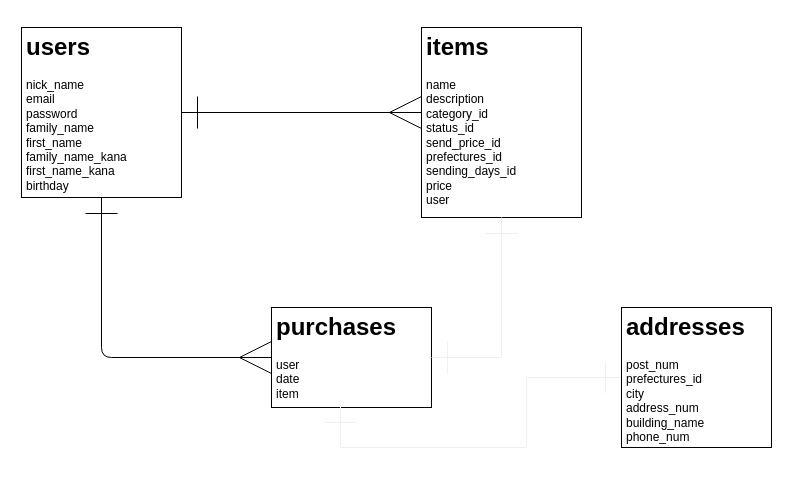
Above: db.drawio in 97ishikawa9/furima-31101 (draw.io), before the change. Source tidied: cells renumbered, new cells numbered last; positions are measured from the earlier drawing's top-left corner, leaving out a move shared by most shapes. Both pictures are drawn from the tidied source at 100%, with x=0, y=0 at pixel (21, 27).
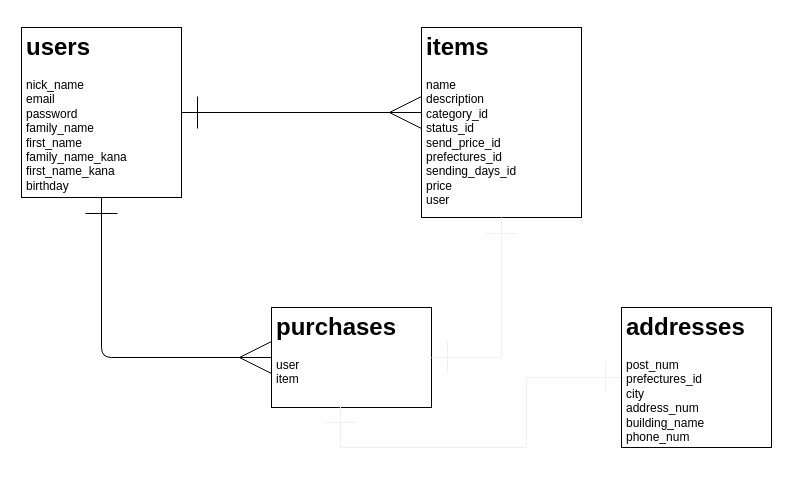
The same diagram, later.

Commit message:
ER図の微修正

The edit, as a diff of the source:
```diff
@@
 <mxGraphModel>
   <root>
     <mxCell id="0" />
     <mxCell id="1" parent="0" />
     <mxCell id="2" style="whiteSpace=wrap;html=1;" parent="1" vertex="1">
       <mxGeometry width="160" height="170" as="geometry" />
     </mxCell>
     <mxCell id="3" style="whiteSpace=wrap;html=1;" parent="1" vertex="1">
       <mxGeometry x="400" width="160" height="190" as="geometry" />
     </mxCell>
     <mxCell id="4" style="whiteSpace=wrap;html=1;" parent="1" vertex="1">
       <mxGeometry x="250" y="280" width="160" height="100" as="geometry" />
     </mxCell>
     <mxCell id="5" style="edgeStyle=orthogonalEdgeStyle;jettySize=auto;html=1;endArrow=ERmany;endFill=0;startArrow=ERone;startFill=0;strokeWidth=1;endSize=30;targetPerimeterSpacing=0;startSize=30;" parent="1" edge="1" source="10" target="8">
       <mxGeometry relative="1" as="geometry">
         <Array as="points">
           <mxPoint x="160" y="95" />
         </Array>
       </mxGeometry>
     </mxCell>
     <mxCell id="6" style="edgeStyle=orthogonalEdgeStyle;jettySize=auto;html=1;exitX=0.5;exitY=1;exitDx=0;exitDy=0;entryX=0;entryY=0.5;entryDx=0;entryDy=0;endArrow=ERmany;endFill=0;startArrow=ERone;startFill=0;endSize=30;startSize=30;" parent="1" edge="1" source="10" target="4">
       <mxGeometry relative="1" as="geometry" />
     </mxCell>
     <mxCell id="7" style="edgeStyle=orthogonalEdgeStyle;rounded=0;jettySize=auto;html=1;exitX=0.5;exitY=1;exitDx=0;exitDy=0;entryX=1;entryY=0.5;entryDx=0;entryDy=0;startArrow=ERone;startFill=0;startSize=30;endArrow=ERone;endFill=0;endSize=30;targetPerimeterSpacing=0;strokeColor=#f0f0f0;strokeWidth=1;" parent="1" edge="1" source="8" target="9">
       <mxGeometry relative="1" as="geometry" />
     </mxCell>
     <mxCell id="8" value="&lt;h1&gt;items&lt;/h1&gt;&lt;div&gt;name&lt;br&gt;description&lt;/div&gt;&lt;div&gt;category_id&lt;/div&gt;&lt;div&gt;status_id&lt;/div&gt;&lt;div&gt;send_price_id&lt;/div&gt;&lt;div&gt;prefectures_id&lt;/div&gt;&lt;div&gt;sending_days_id&lt;br&gt;price&lt;/div&gt;&lt;div&gt;user&lt;/div&gt;&lt;div&gt;&lt;br&gt;&lt;/div&gt;" style="text;html=1;strokeColor=none;spacing=5;spacingTop=-20;whiteSpace=wrap;overflow=hidden;shadow=0;horizontal=1;fontStyle=0;labelBorderColor=none;" parent="1" vertex="1">
       <mxGeometry x="400" width="160" height="190" as="geometry" />
     </mxCell>
-    <mxCell id="9" value="&lt;h1&gt;purchases&lt;/h1&gt;&lt;p&gt;user&lt;br&gt;date&lt;br&gt;&lt;span&gt;item&lt;/span&gt;&lt;/p&gt;" style="text;html=1;strokeColor=none;fillColor=none;spacing=5;spacingTop=-20;whiteSpace=wrap;overflow=hidden;" parent="1" vertex="1">
+    <mxCell id="9" value="&lt;h1&gt;purchases&lt;/h1&gt;&lt;p&gt;user&lt;br&gt;&lt;span&gt;item&lt;/span&gt;&lt;/p&gt;" style="text;html=1;strokeColor=none;fillColor=none;spacing=5;spacingTop=-20;whiteSpace=wrap;overflow=hidden;" parent="1" vertex="1">
       <mxGeometry x="250" y="280" width="160" height="100" as="geometry" />
     </mxCell>
     <mxCell id="10" value="&lt;h1&gt;users&lt;/h1&gt;&lt;div&gt;nick_name&lt;/div&gt;&lt;div&gt;email&lt;/div&gt;&lt;div&gt;password&lt;/div&gt;&lt;div&gt;family_name&lt;/div&gt;&lt;div&gt;first_name&lt;/div&gt;&lt;div&gt;family_name_kana&lt;/div&gt;&lt;div&gt;first_name_kana&lt;br&gt;&lt;span&gt;birthday&lt;/span&gt;&lt;/div&gt;&lt;div&gt;&lt;br&gt;&lt;/div&gt;" style="text;html=1;strokeColor=none;fillColor=none;spacing=5;spacingTop=-20;whiteSpace=wrap;overflow=hidden;shadow=1;" parent="1" vertex="1">
       <mxGeometry width="160" height="170" as="geometry" />
     </mxCell>
     <mxCell id="11" style="edgeStyle=orthogonalEdgeStyle;rounded=0;jettySize=auto;html=1;entryX=0.431;entryY=0.99;entryDx=0;entryDy=0;entryPerimeter=0;startArrow=ERone;startFill=0;startSize=30;endArrow=ERone;endFill=0;endSize=30;targetPerimeterSpacing=0;strokeColor=#f0f0f0;strokeWidth=1;" parent="1" edge="1" source="12" target="4">
       <mxGeometry relative="1" as="geometry" />
     </mxCell>
     <mxCell id="12" style="rounded=0;whiteSpace=wrap;html=1;" parent="1" vertex="1">
       <mxGeometry x="600" y="280" width="150" height="140" as="geometry" />
     </mxCell>
     <mxCell id="13" value="&lt;h1&gt;addresses&lt;/h1&gt;&lt;p&gt;post_num&lt;br&gt;prefectures_id&lt;br&gt;city&lt;br&gt;address_num&lt;br&gt;building_name&lt;br&gt;phone_num&lt;br&gt;&lt;/p&gt;" style="text;html=1;strokeColor=none;fillColor=none;spacing=5;spacingTop=-20;whiteSpace=wrap;overflow=hidden;rounded=0;" parent="1" vertex="1">
       <mxGeometry x="600" y="280" width="150" height="140" as="geometry" />
     </mxCell>
   </root>
 </mxGraphModel>
```
